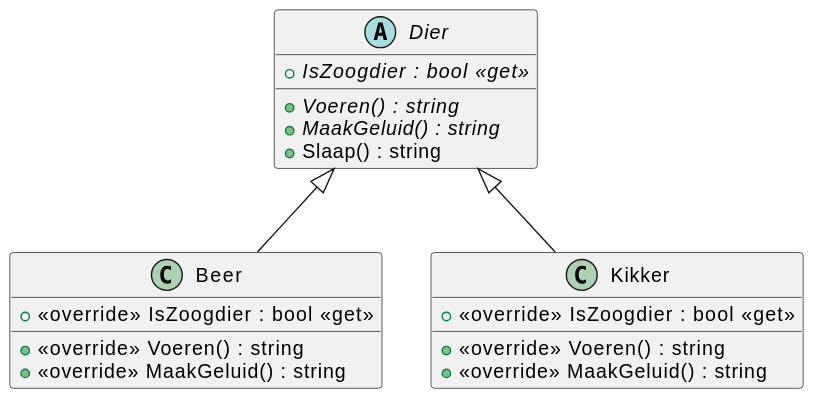
The PlantUML diagram 07/07_00/svg/Overview.svg in it-graduaten/template-csharp-ooprogramming-permanente-evaluatie, before a commit.
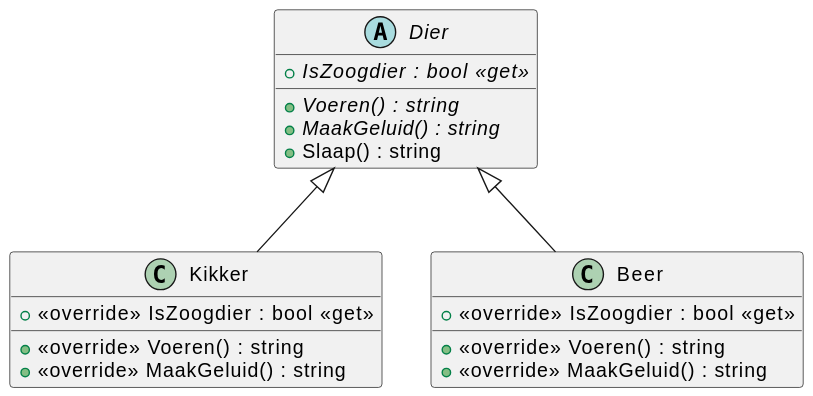
The same file after the commit.

Diff of the diagram source:
```diff
@@ -1,5 +1,5 @@
 @startuml
+!include Kikker.puml
+!include Beer.puml
 !include Dier.puml
-!include Beer.puml
-!include Kikker.puml
 @enduml
```
